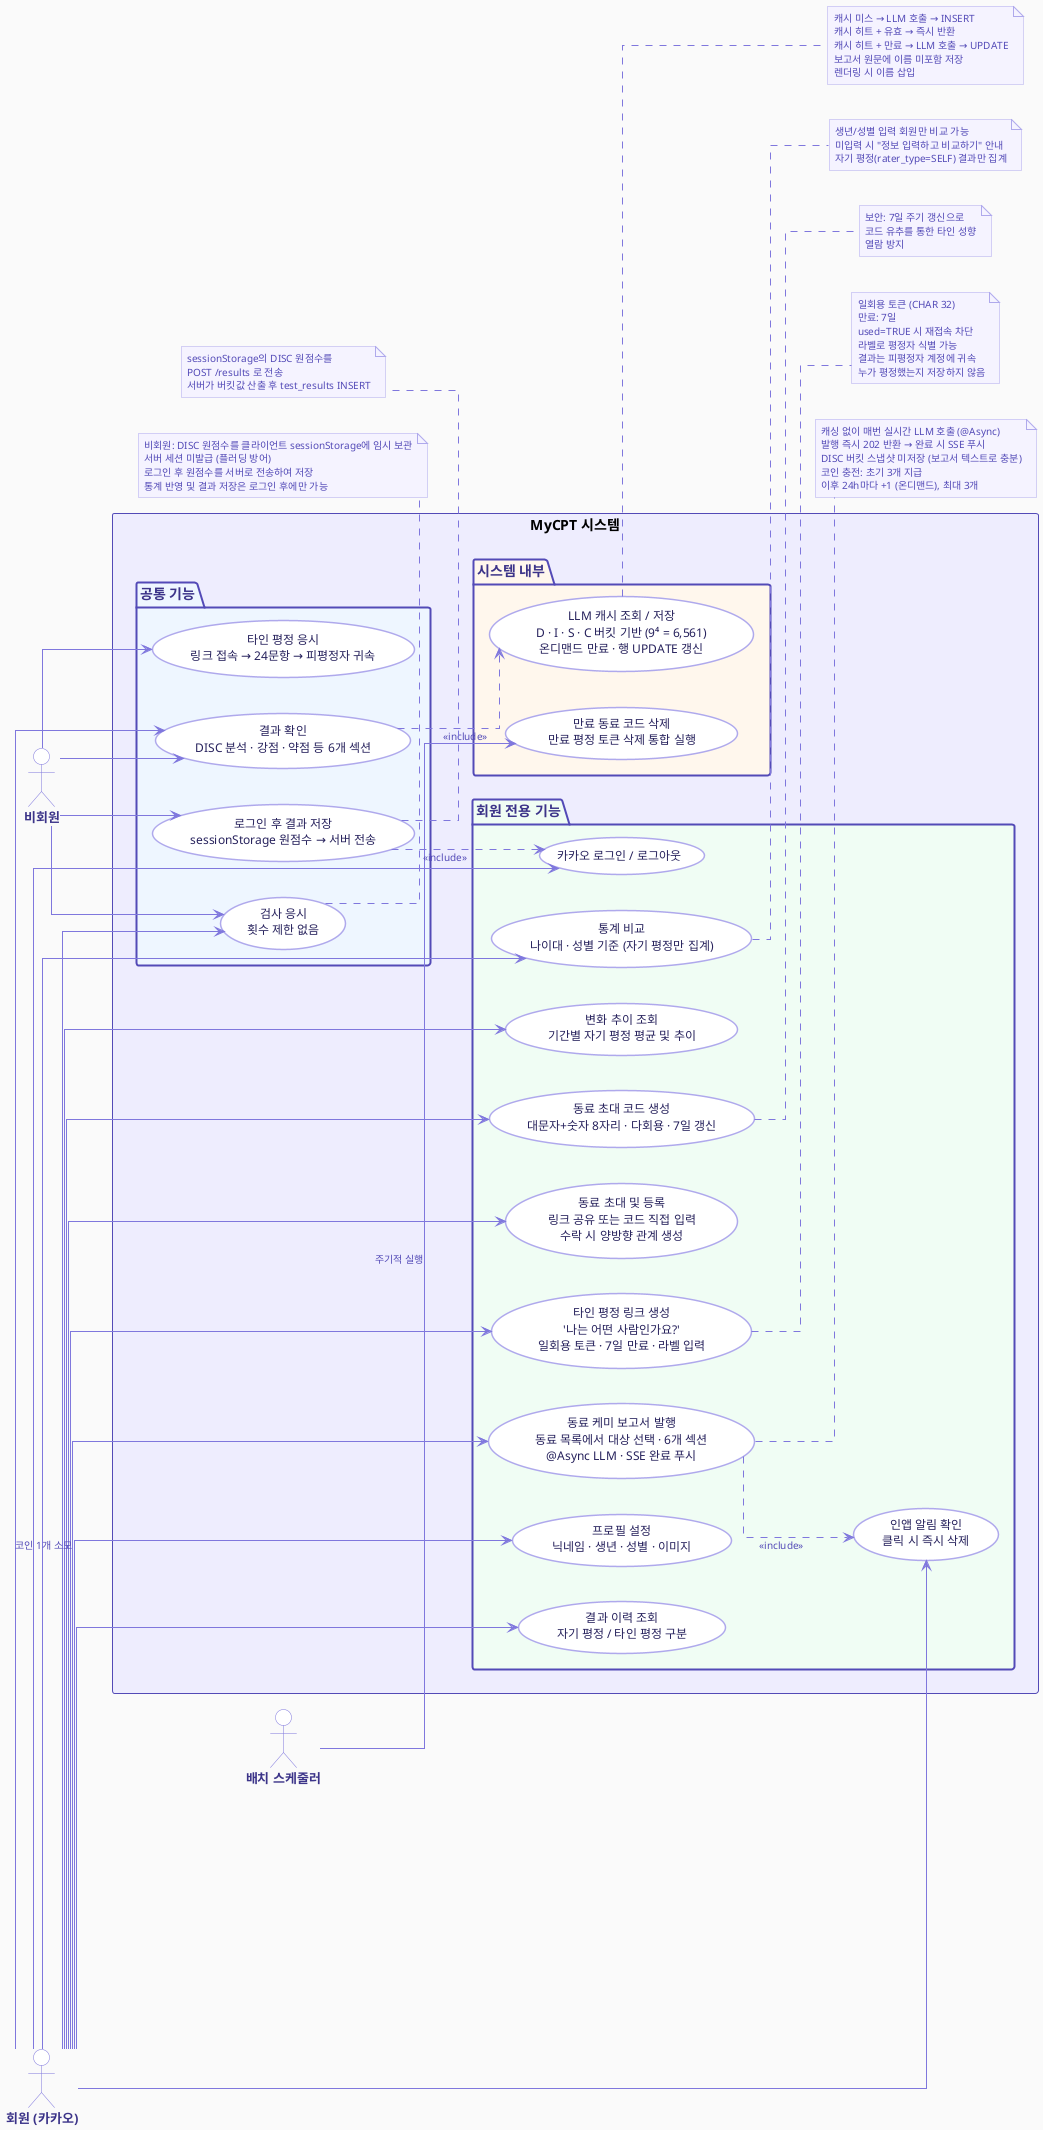
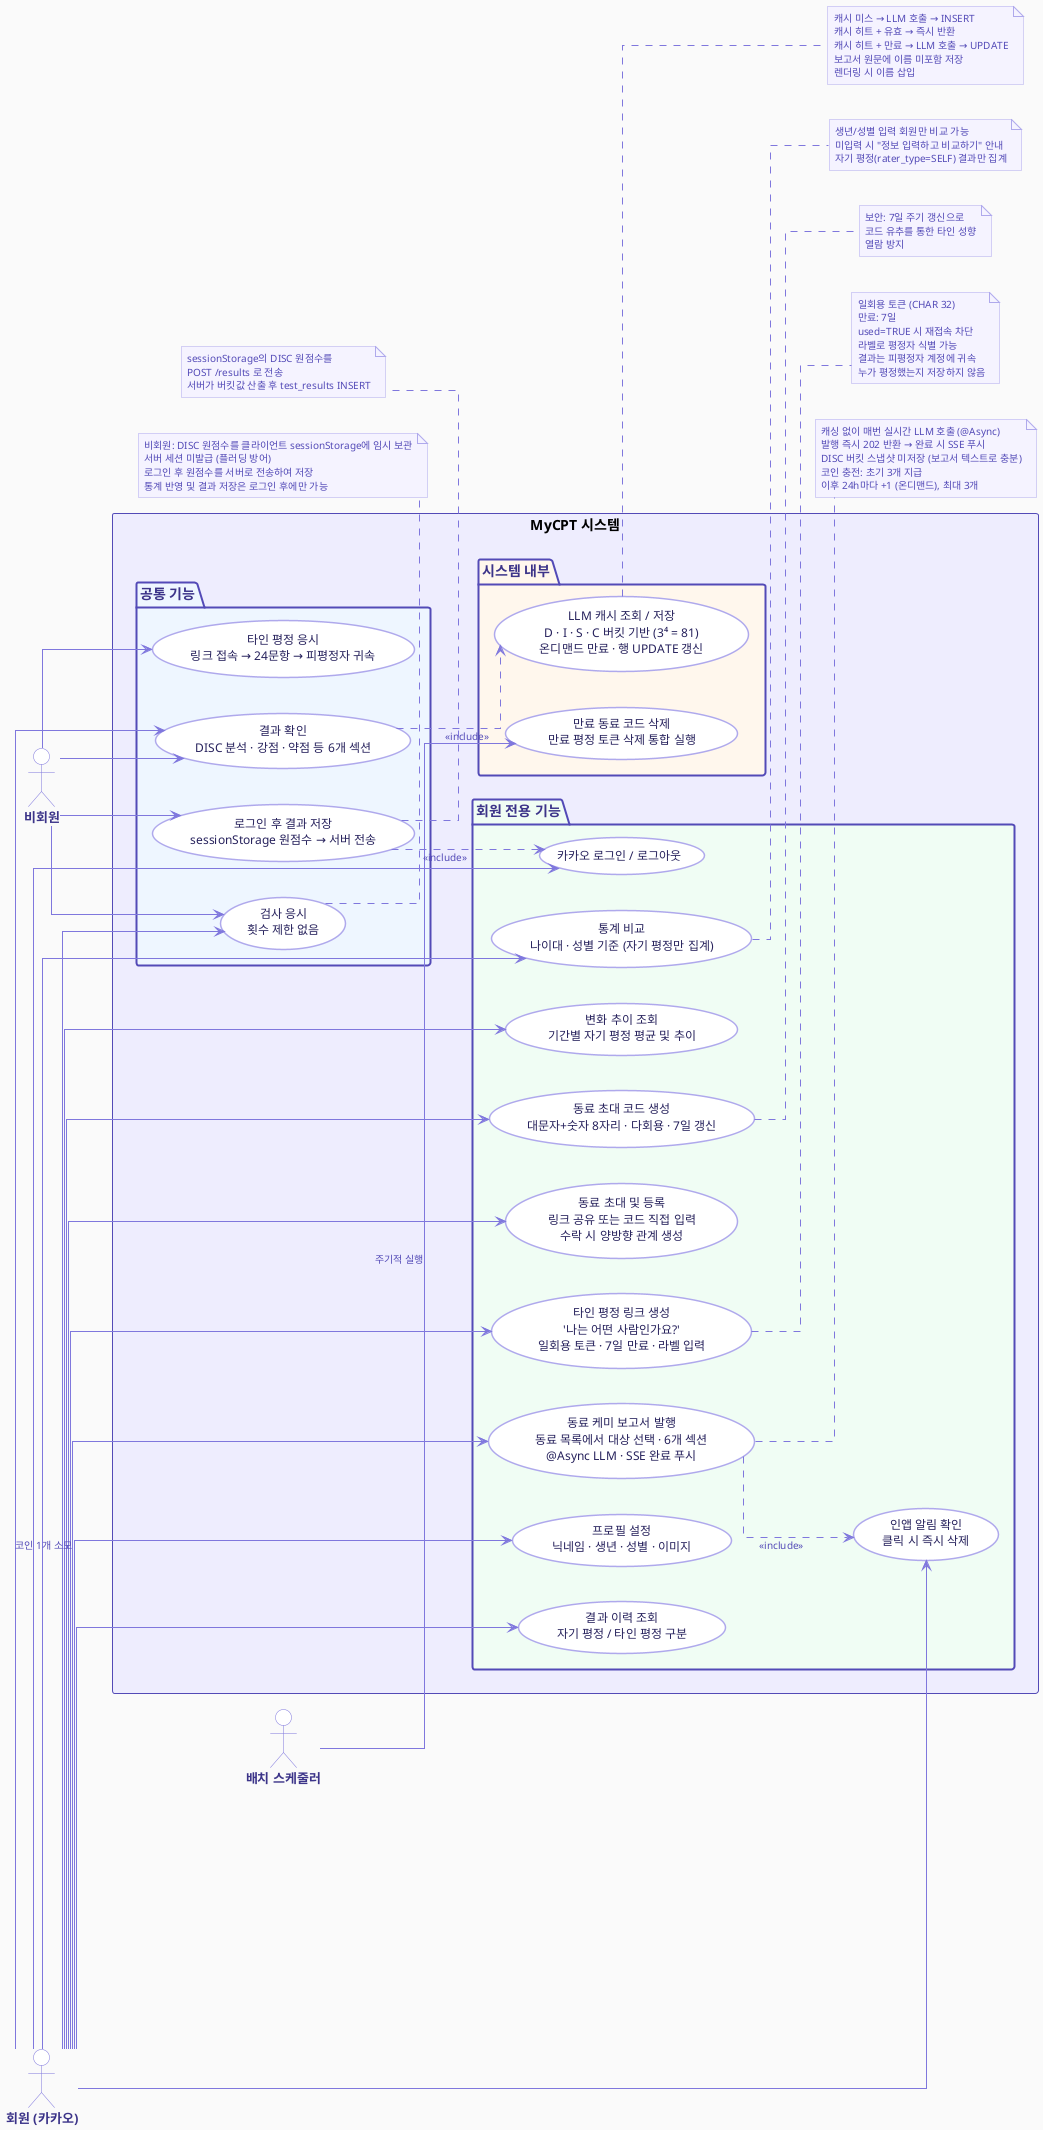
@startuml MyCPT_UseCase

left to right direction
skinparam backgroundColor #FAFAFA

skinparam actor {
  BackgroundColor #FFFFFF
  BorderColor #7F77DD
  FontColor #3C3489
  FontSize 13
  FontStyle bold
}

skinparam usecase {
  BackgroundColor #FFFFFF
  BorderColor #AFA9EC
  FontColor #26215C
  FontSize 12
  BorderThickness 1.5
  ArrowColor #7F77DD
  ArrowFontColor #534AB7
  ArrowFontSize 10
}

skinparam package {
  BackgroundColor #EEEDFE
  BorderColor #534AB7
  BorderThickness 2
  FontColor #3C3489
  FontSize 14
  FontStyle bold
}

skinparam note {
  BackgroundColor #F5F3FF
  BorderColor #AFA9EC
  FontColor #534AB7
  FontSize 10
}

skinparam linetype ortho

actor "비회원" as Guest
actor "회원 (카카오)" as Member
actor "배치 스케줄러" as Batch

rectangle "MyCPT 시스템" {

  package "공통 기능" #EEF6FF {
    usecase "검사 응시\n횟수 제한 없음" as UC_Test
    usecase "결과 확인\nDISC 분석 · 강점 · 약점 등 6개 섹션" as UC_Result
    usecase "로그인 후 결과 저장\nsessionStorage 원점수 → 서버 전송" as UC_Save
    usecase "타인 평정 응시\n링크 접속 → 24문항 → 피평정자 귀속" as UC_PeerAssess
  }

  package "회원 전용 기능" #F0FDF4 {
    usecase "카카오 로그인 / 로그아웃" as UC_Login
    usecase "프로필 설정\n닉네임 · 생년 · 성별 · 이미지" as UC_Profile
    usecase "결과 이력 조회\n자기 평정 / 타인 평정 구분" as UC_History
    usecase "통계 비교\n나이대 · 성별 기준 (자기 평정만 집계)" as UC_Stats
    usecase "변화 추이 조회\n기간별 자기 평정 평균 및 추이" as UC_Trend
    usecase "동료 초대 코드 생성\n대문자+숫자 8자리 · 다회용 · 7일 갱신" as UC_Code
    usecase "동료 초대 및 등록\n링크 공유 또는 코드 직접 입력\n수락 시 양방향 관계 생성" as UC_ColleagueRegister
    usecase "타인 평정 링크 생성\n'나는 어떤 사람인가요?'\n일회용 토큰 · 7일 만료 · 라벨 입력" as UC_AssessLink
    usecase "동료 케미 보고서 발행\n동료 목록에서 대상 선택 · 6개 섹션\n@Async LLM · SSE 완료 푸시" as UC_Compat
    usecase "인앱 알림 확인\n클릭 시 즉시 삭제" as UC_Notify
  }

  package "시스템 내부" #FFF7ED {
-     usecase "LLM 캐시 조회 / 저장\nD · I · S · C 버킷 기반 (9⁴ = 6,561)\n온디맨드 만료 · 행 UPDATE 갱신" as UC_Cache
+     usecase "LLM 캐시 조회 / 저장\nD · I · S · C 버킷 기반 (3⁴ = 81)\n온디맨드 만료 · 행 UPDATE 갱신" as UC_Cache
    usecase "만료 동료 코드 삭제\n만료 평정 토큰 삭제 통합 실행" as UC_CleanBatch
  }
}

Guest  --> UC_Test
Guest  --> UC_Result
Guest  --> UC_Save
Guest  --> UC_PeerAssess

Member --> UC_Test
Member --> UC_Result
Member --> UC_Login
Member --> UC_Profile
Member --> UC_History
Member --> UC_Stats
Member --> UC_Trend
Member --> UC_Code
Member --> UC_ColleagueRegister
Member --> UC_AssessLink
Member --> UC_Compat      : 코인 1개 소모
Member --> UC_Notify

Batch  --> UC_CleanBatch : 주기적 실행

UC_Result ..> UC_Cache  : <<include>>
UC_Save   ..> UC_Login  : <<include>>
UC_Compat ..> UC_Notify : <<include>>

note right of UC_Cache
  캐시 미스 → LLM 호출 → INSERT
  캐시 히트 + 유효 → 즉시 반환
  캐시 히트 + 만료 → LLM 호출 → UPDATE
  보고서 원문에 이름 미포함 저장
  렌더링 시 이름 삽입
end note

note right of UC_Compat
  캐싱 없이 매번 실시간 LLM 호출 (@Async)
  발행 즉시 202 반환 → 완료 시 SSE 푸시
  DISC 버킷 스냅샷 미저장 (보고서 텍스트로 충분)
  코인 충전: 초기 3개 지급
  이후 24h마다 +1 (온디맨드), 최대 3개
end note

note right of UC_Code
  보안: 7일 주기 갱신으로
  코드 유추를 통한 타인 성향
  열람 방지
end note

note right of UC_AssessLink
  일회용 토큰 (CHAR 32)
  만료: 7일
  used=TRUE 시 재접속 차단
  라벨로 평정자 식별 가능
  결과는 피평정자 계정에 귀속
  누가 평정했는지 저장하지 않음
end note

note bottom of UC_Test
  비회원: DISC 원점수를 클라이언트 sessionStorage에 임시 보관
  서버 세션 미발급 (플러딩 방어)
  로그인 후 원점수를 서버로 전송하여 저장
  통계 반영 및 결과 저장은 로그인 후에만 가능
end note

note bottom of UC_Save
  sessionStorage의 DISC 원점수를
  POST /results 로 전송
  서버가 버킷값 산출 후 test_results INSERT
end note

note right of UC_Stats
  생년/성별 입력 회원만 비교 가능
  미입력 시 "정보 입력하고 비교하기" 안내
  자기 평정(rater_type=SELF) 결과만 집계
end note

@enduml